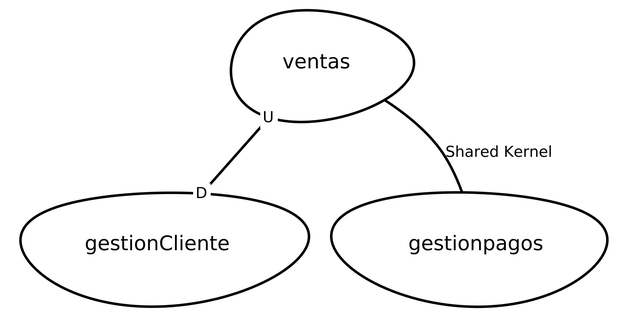
This is src-gen/Prueba_ContextMap.png from Edwardmoya27/Prueba, a Graphviz export, as it was before one commit. Its source is kept beside it as src-gen/Prueba_ContextMap.gv.
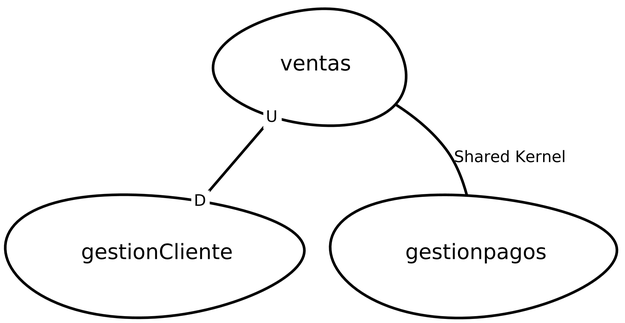
Later version of the same file.

The edit, as a diff of the source:
```diff
@@ -1,12 +1,12 @@
 digraph "ContextMapGraph" {
 graph ["imagepath"="/tmp/GraphvizJava"]
-"gestionCliente" ["margin"="0.3","orientation"="16","shape"="egg","fontsize"="16","style"="bold","label"="gestionCliente\n","fontname"="sans-serif"]
-"gestionpagos" ["margin"="0.3","orientation"="131","shape"="egg","fontsize"="16","style"="bold","label"="gestionpagos\n","fontname"="sans-serif"]
-"ventas" ["margin"="0.3","orientation"="32","shape"="egg","fontsize"="16","style"="bold","label"="ventas\n","fontname"="sans-serif"]
-"ventas" -> "gestionpagos" ["fontsize"="12","style"="bold","label"="Shared Kernel","dir"="none","fontname"="sans-serif"]
+"gestionCliente" ["margin"="0.3","orientation"="49","shape"="egg","fontsize"="16","style"="bold","label"="gestionCliente\n","fontname"="sans-serif"]
+"gestionpagos" ["margin"="0.3","orientation"="91","shape"="egg","fontsize"="16","style"="bold","label"="gestionpagos\n","fontname"="sans-serif"]
+"ventas" ["margin"="0.3","orientation"="242","shape"="egg","fontsize"="16","style"="bold","label"="ventas\n","fontname"="sans-serif"]
 "ventas" -> "gestionCliente" ["headlabel"=<<table cellspacing="0" cellborder="0" border="0">
 <tr><td bgcolor="white">D</td></tr>
 </table>>,"labeldistance"="0","fontsize"="12","taillabel"=<<table cellspacing="0" cellborder="0" border="0">
 <tr><td bgcolor="white">U</td></tr>
 </table>>,"style"="bold","label"="                                        ","dir"="none","fontname"="sans-serif"]
+"ventas" -> "gestionpagos" ["fontsize"="12","style"="bold","label"="Shared Kernel","dir"="none","fontname"="sans-serif"]
 }
```
